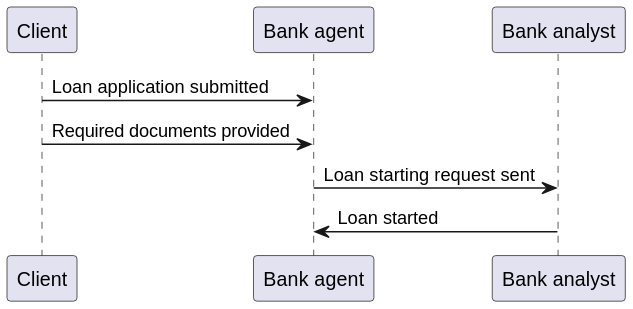
The PlantUML diagram model/activity diagram.svg in PawelJaworski/ddd-loan-application, before a commit.
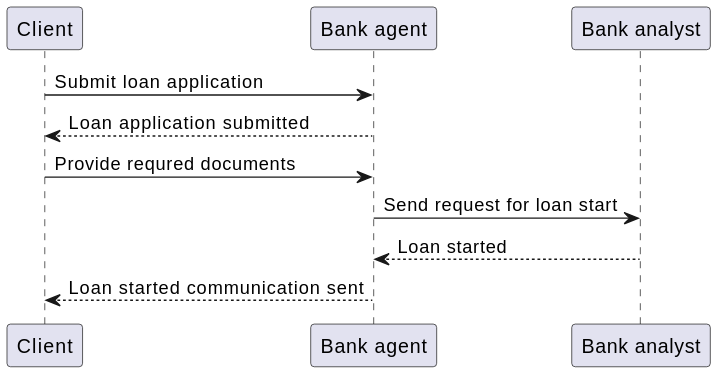
Above is the later version.

The edit, as a diff of the source:
```diff
@@ -1,6 +1,8 @@
 @startuml
-Client -> "Bank agent" : Loan application submitted
-Client -> "Bank agent" : Required documents provided
-"Bank agent" -> "Bank analyst" : Loan starting request sent
-"Bank analyst" -> "Bank agent" : Loan started
+Client -> "Bank agent" : Submit loan application
+"Bank agent" --> "Client" : Loan application submitted
+Client -> "Bank agent" : Provide requred documents
+"Bank agent" -> "Bank analyst" : Send request for loan start
+"Bank analyst" --> "Bank agent" : Loan started
+"Bank agent" --> "Client" : Loan started communication sent
 @enduml
```
